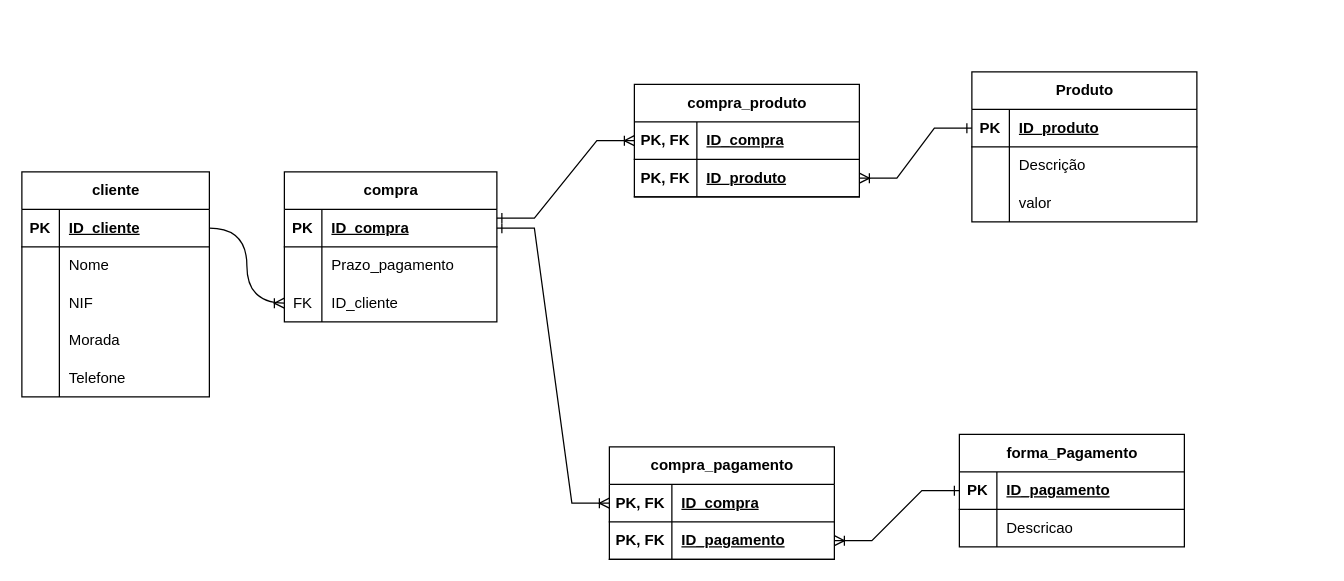
AnaCarvalho77/Cesae_SoftwareDeveloper keeps this draw.io diagram as BDC/PL01 next/Ex_02.drawio. Above is the earlier version. Source tidied: cells renumbered, new cells numbered last; positions are measured from the earlier drawing's top-left corner, leaving out a move shared by most shapes. Both pictures are drawn from the tidied source at 125%, with x=0, y=0 at pixel (21, 71).
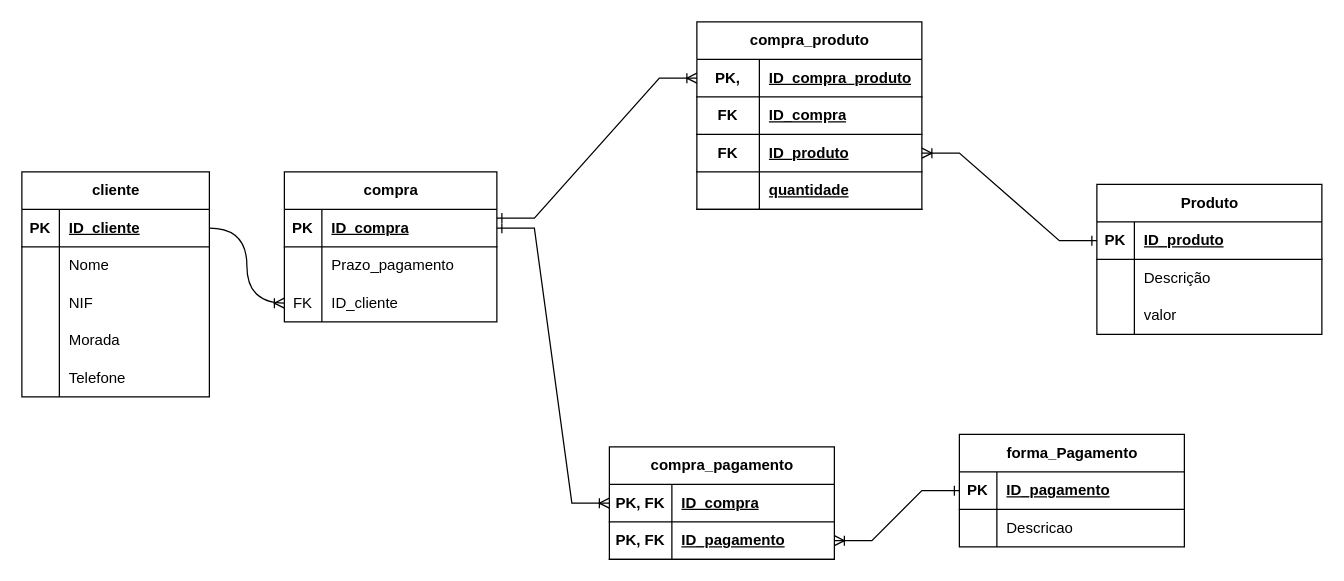
The same diagram, later.

The change refers to these unchanged cells:
```xml
<mxCell id="3" style="shape=tableRow;horizontal=0;startSize=0;swimlaneHead=0;swimlaneBody=0;fillColor=none;points=[[0,0.5],[1,0.5]];portConstraint=eastwest;top=0;left=0;right=0;bottom=1;" parent="2" vertex="1">
  <mxGeometry y="30" width="150" height="30" as="geometry" />
</mxCell>
<mxCell id="19" style="shape=tableRow;horizontal=0;startSize=0;swimlaneHead=0;swimlaneBody=0;fillColor=none;points=[[0,0.5],[1,0.5]];portConstraint=eastwest;top=0;left=0;right=0;bottom=1;" parent="18" vertex="1">
  <mxGeometry y="30" width="170" height="30" as="geometry" />
</mxCell>
<mxCell id="25" style="shape=tableRow;horizontal=0;startSize=0;swimlaneHead=0;swimlaneBody=0;fillColor=none;points=[[0,0.5],[1,0.5]];portConstraint=eastwest;top=0;left=0;right=0;bottom=0;" parent="18" vertex="1">
  <mxGeometry y="90" width="170" height="30" as="geometry" />
</mxCell>
<mxCell id="29" style="shape=tableRow;horizontal=0;startSize=0;swimlaneHead=0;swimlaneBody=0;fillColor=none;points=[[0,0.5],[1,0.5]];portConstraint=eastwest;top=0;left=0;right=0;bottom=1;" parent="28" vertex="1">
  <mxGeometry y="30" width="180" height="30" as="geometry" />
</mxCell>
<mxCell id="39" style="shape=tableRow;horizontal=0;startSize=0;swimlaneHead=0;swimlaneBody=0;fillColor=none;points=[[0,0.5],[1,0.5]];portConstraint=eastwest;top=0;left=0;right=0;bottom=1;" parent="38" vertex="1">
  <mxGeometry y="30" width="180" height="30" as="geometry" />
</mxCell>
<mxCell id="46" style="shape=tableRow;horizontal=0;startSize=0;swimlaneHead=0;swimlaneBody=0;fillColor=none;points=[[0,0.5],[1,0.5]];portConstraint=eastwest;top=0;left=0;right=0;bottom=1;" parent="45" vertex="1">
  <mxGeometry y="30" width="180" height="30" as="geometry" />
</mxCell>
<mxCell id="49" style="shape=tableRow;horizontal=0;startSize=0;swimlaneHead=0;swimlaneBody=0;fillColor=none;points=[[0,0.5],[1,0.5]];portConstraint=eastwest;top=0;left=0;right=0;bottom=1;" parent="45" vertex="1">
  <mxGeometry y="60" width="180" height="30" as="geometry" />
</mxCell>
<mxCell id="53" style="shape=tableRow;horizontal=0;startSize=0;swimlaneHead=0;swimlaneBody=0;fillColor=none;points=[[0,0.5],[1,0.5]];portConstraint=eastwest;top=0;left=0;right=0;bottom=1;" parent="52" vertex="1">
  <mxGeometry y="30" width="180" height="30" as="geometry" />
</mxCell>
<mxCell id="56" style="shape=tableRow;horizontal=0;startSize=0;swimlaneHead=0;swimlaneBody=0;fillColor=none;points=[[0,0.5],[1,0.5]];portConstraint=eastwest;top=0;left=0;right=0;bottom=1;" parent="52" vertex="1">
  <mxGeometry y="60" width="180" height="30" as="geometry" />
</mxCell>
```

Diff of the diagram source:
```diff
@@
     <mxCell id="28" value="Produto" style="shape=table;startSize=30;childLayout=tableLayout;rowLines=0;fontStyle=1;align=center;html=1;" parent="1" vertex="1">
-      <mxGeometry x="760" width="180" height="120" as="geometry" />
+      <mxGeometry x="860" y="90" width="180" height="120" as="geometry" />
     </mxCell>
@@
+    <mxCell id="59" style="edgeStyle=orthogonalEdgeStyle;fontSize=12;html=1;endArrow=ERoneToMany;rounded=0;exitX=1;exitY=0.5;exitDx=0;exitDy=0;curved=1;entryX=0;entryY=0.5;entryDx=0;entryDy=0;" parent="1" edge="1" source="3" target="25">
+      <mxGeometry relative="1" as="geometry" />
+    </mxCell>
+    <mxCell id="60" style="edgeStyle=entityRelationEdgeStyle;fontSize=12;html=1;endArrow=ERoneToMany;rounded=0;startArrow=ERone;startFill=0;exitX=1;exitY=0.5;exitDx=0;exitDy=0;entryX=0;entryY=0.5;entryDx=0;entryDy=0;" parent="1" edge="1" source="19" target="46">
+      <mxGeometry relative="1" as="geometry" />
+    </mxCell>
+    <mxCell id="61" style="edgeStyle=entityRelationEdgeStyle;fontSize=12;html=1;endArrow=ERoneToMany;rounded=0;startArrow=ERone;startFill=0;exitX=0;exitY=0.5;exitDx=0;exitDy=0;entryX=1;entryY=0.5;entryDx=0;entryDy=0;" parent="1" edge="1" source="39" target="49">
+      <mxGeometry relative="1" as="geometry" />
+    </mxCell>
+    <mxCell id="62" style="edgeStyle=entityRelationEdgeStyle;fontSize=12;html=1;endArrow=ERoneToMany;rounded=0;startArrow=ERone;startFill=0;exitX=1;exitY=0.233;exitDx=0;exitDy=0;entryX=0;entryY=0.5;entryDx=0;entryDy=0;exitPerimeter=0;" parent="1" edge="1" source="19" target="53">
+      <mxGeometry relative="1" as="geometry" />
+    </mxCell>
+    <mxCell id="63" style="edgeStyle=entityRelationEdgeStyle;fontSize=12;html=1;endArrow=ERoneToMany;rounded=0;startArrow=ERone;startFill=0;exitX=0;exitY=0.5;exitDx=0;exitDy=0;entryX=1;entryY=0.5;entryDx=0;entryDy=0;" parent="1" edge="1" source="29" target="66">
+      <mxGeometry relative="1" as="geometry">
+        <Array as="points">
+          <mxPoint x="690" y="60" />
+        </Array>
+      </mxGeometry>
+    </mxCell>
     <mxCell id="52" value="compra_produto" style="shape=table;startSize=30;childLayout=tableLayout;rowLines=0;fontStyle=1;align=center;html=1;" parent="1" vertex="1">
-      <mxGeometry x="490" y="10" width="180" height="90" as="geometry" />
+      <mxGeometry x="540" y="-40" width="180" height="150" as="geometry" />
     </mxCell>
@@
-    <mxCell id="54" value="PK, FK" style="shape=partialRectangle;fillColor=none;top=0;left=0;bottom=0;right=0;fontStyle=1;overflow=hidden;whiteSpace=wrap;html=1;" parent="53" vertex="1">
+    <mxCell id="54" value="PK," style="shape=partialRectangle;fillColor=none;top=0;left=0;bottom=0;right=0;fontStyle=1;overflow=hidden;whiteSpace=wrap;html=1;" parent="53" vertex="1">
       <mxGeometry width="50" height="30" as="geometry" />
     </mxCell>
-    <mxCell id="55" value="ID_compra" style="shape=partialRectangle;fillColor=none;top=0;left=0;bottom=0;right=0;align=left;spacingLeft=6;fontStyle=5;overflow=hidden;whiteSpace=wrap;html=1;" parent="53" vertex="1">
+    <mxCell id="55" value="ID_compra_produto" style="shape=partialRectangle;fillColor=none;top=0;left=0;bottom=0;right=0;align=left;spacingLeft=6;fontStyle=5;overflow=hidden;whiteSpace=wrap;html=1;" parent="53" vertex="1">
       <mxGeometry x="50" width="130" height="30" as="geometry" />
     </mxCell>
@@
-    <mxCell id="57" value="PK, FK" style="shape=partialRectangle;fillColor=none;top=0;left=0;bottom=0;right=0;fontStyle=1;overflow=hidden;whiteSpace=wrap;html=1;" parent="56" vertex="1">
-      <mxGeometry width="50" height="30" as="geometry" />
-    </mxCell>
+    <mxCell id="64" value="FK" style="shape=partialRectangle;fillColor=none;top=0;left=0;bottom=0;right=0;fontStyle=1;overflow=hidden;whiteSpace=wrap;html=1;" parent="56" vertex="1">
+      <mxGeometry width="50" height="30" as="geometry" />
+    </mxCell>
+    <mxCell id="65" value="ID_compra" style="shape=partialRectangle;fillColor=none;top=0;left=0;bottom=0;right=0;align=left;spacingLeft=6;fontStyle=5;overflow=hidden;whiteSpace=wrap;html=1;" parent="56" vertex="1">
+      <mxGeometry x="50" width="130" height="30" as="geometry" />
+    </mxCell>
+    <mxCell id="66" style="shape=tableRow;horizontal=0;startSize=0;swimlaneHead=0;swimlaneBody=0;fillColor=none;points=[[0,0.5],[1,0.5]];portConstraint=eastwest;top=0;left=0;right=0;bottom=1;" parent="52" vertex="1">
+      <mxGeometry y="90" width="180" height="30" as="geometry" />
+    </mxCell>
+    <mxCell id="67" value="FK" style="shape=partialRectangle;fillColor=none;top=0;left=0;bottom=0;right=0;fontStyle=1;overflow=hidden;whiteSpace=wrap;html=1;" parent="66" vertex="1">
+      <mxGeometry width="50" height="30" as="geometry" />
+    </mxCell>
-    <mxCell id="58" value="ID_produto" style="shape=partialRectangle;fillColor=none;top=0;left=0;bottom=0;right=0;align=left;spacingLeft=6;fontStyle=5;overflow=hidden;whiteSpace=wrap;html=1;" parent="56" vertex="1">
+    <mxCell id="58" value="ID_produto" style="shape=partialRectangle;fillColor=none;top=0;left=0;bottom=0;right=0;align=left;spacingLeft=6;fontStyle=5;overflow=hidden;whiteSpace=wrap;html=1;" parent="66" vertex="1">
       <mxGeometry x="50" width="130" height="30" as="geometry" />
     </mxCell>
-    <mxCell id="59" style="edgeStyle=orthogonalEdgeStyle;fontSize=12;html=1;endArrow=ERoneToMany;rounded=0;exitX=1;exitY=0.5;exitDx=0;exitDy=0;curved=1;entryX=0;entryY=0.5;entryDx=0;entryDy=0;" parent="1" edge="1" source="3" target="25">
-      <mxGeometry relative="1" as="geometry" />
-    </mxCell>
-    <mxCell id="60" style="edgeStyle=entityRelationEdgeStyle;fontSize=12;html=1;endArrow=ERoneToMany;rounded=0;startArrow=ERone;startFill=0;exitX=1;exitY=0.5;exitDx=0;exitDy=0;entryX=0;entryY=0.5;entryDx=0;entryDy=0;" parent="1" edge="1" source="19" target="46">
-      <mxGeometry relative="1" as="geometry" />
-    </mxCell>
-    <mxCell id="61" style="edgeStyle=entityRelationEdgeStyle;fontSize=12;html=1;endArrow=ERoneToMany;rounded=0;startArrow=ERone;startFill=0;exitX=0;exitY=0.5;exitDx=0;exitDy=0;entryX=1;entryY=0.5;entryDx=0;entryDy=0;" parent="1" edge="1" source="39" target="49">
-      <mxGeometry relative="1" as="geometry" />
-    </mxCell>
-    <mxCell id="62" style="edgeStyle=entityRelationEdgeStyle;fontSize=12;html=1;endArrow=ERoneToMany;rounded=0;startArrow=ERone;startFill=0;exitX=1;exitY=0.233;exitDx=0;exitDy=0;entryX=0;entryY=0.5;entryDx=0;entryDy=0;exitPerimeter=0;" parent="1" edge="1" source="19" target="53">
-      <mxGeometry relative="1" as="geometry" />
-    </mxCell>
-    <mxCell id="63" style="edgeStyle=entityRelationEdgeStyle;fontSize=12;html=1;endArrow=ERoneToMany;rounded=0;startArrow=ERone;startFill=0;exitX=0;exitY=0.5;exitDx=0;exitDy=0;entryX=1;entryY=0.5;entryDx=0;entryDy=0;" parent="1" edge="1" source="29" target="56">
-      <mxGeometry relative="1" as="geometry" />
-    </mxCell>
+    <mxCell id="68" style="shape=tableRow;horizontal=0;startSize=0;swimlaneHead=0;swimlaneBody=0;fillColor=none;top=0;left=0;right=0;bottom=1;" parent="52" vertex="1">
+      <mxGeometry y="120" width="180" height="30" as="geometry" />
+    </mxCell>
+    <mxCell id="69" style="shape=partialRectangle;fillColor=none;top=0;left=0;bottom=0;right=0;fontStyle=1;overflow=hidden;whiteSpace=wrap;html=1;" parent="68" vertex="1">
+      <mxGeometry width="50" height="30" as="geometry" />
+    </mxCell>
+    <mxCell id="70" value="quantidade" style="shape=partialRectangle;fillColor=none;top=0;left=0;bottom=0;right=0;align=left;spacingLeft=6;fontStyle=5;overflow=hidden;whiteSpace=wrap;html=1;" parent="68" vertex="1">
+      <mxGeometry x="50" width="130" height="30" as="geometry" />
+    </mxCell>
```
